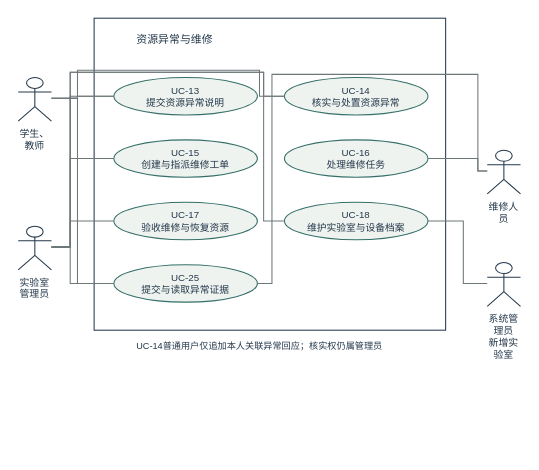
yvming67-gif/campus-lab-equipment-manager keeps this draw.io diagram as models/图形源文件/图4-4-维护用例分图.drawio. Above is the earlier version. Source tidied: cells renumbered, new cells numbered last; positions are measured from the earlier drawing's top-left corner, leaving out a move shared by most shapes. Both pictures are drawn from the tidied source at 104%, with x=0, y=0 at pixel (18, 18).
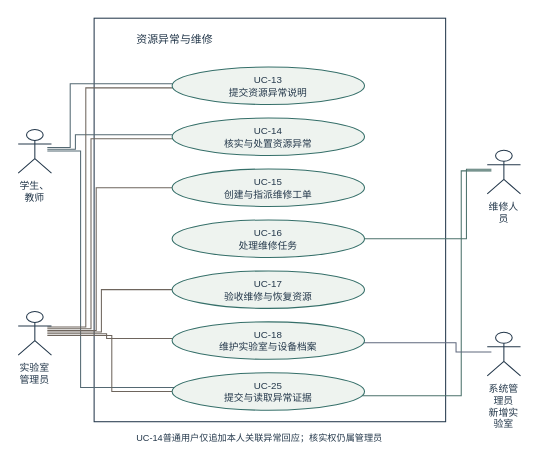
After the change.

Unchanged cells that the change refers to:
```xml
<mxCell id="22" value="维修人员" style="shape=umlActor;verticalLabelPosition=bottom;verticalAlign=top;strokeColor=#24384b;fillColor=none;whiteSpace=wrap;html=1;fontFamily=Microsoft YaHei;fontSize=9.5;fontColor=#24384b;" parent="1" vertex="1">
  <mxGeometry x="451" y="127" width="32" height="42" as="geometry" />
</mxCell>
```

Diff of the diagram source:
```diff
@@
     <mxCell id="2" style="rounded=0;strokeColor=#24384b;fillColor=none;whiteSpace=wrap;html=1;fontFamily=Microsoft YaHei;fontSize=10;fontColor=#24384b;" parent="1" vertex="1">
-      <mxGeometry x="73" width="338" height="300" as="geometry" />
+      <mxGeometry x="73" width="338" height="388" as="geometry" />
     </mxCell>
-    <mxCell id="3" value="资源异常与维修" style="text;strokeColor=none;fillColor=none;whiteSpace=wrap;html=1;fontFamily=Microsoft YaHei;fontSize=10.5;fontColor=#24384b;" parent="1" vertex="1">
-      <mxGeometry x="112" y="7" width="260" height="25" as="geometry" />
+    <mxCell id="3" style="edgeStyle=none;rounded=0;endArrow=none;dashed=0;strokeColor=#536872;exitX=0.875;exitY=0.4142857142857144;exitPerimeter=0;entryX=0.0030960050000467653;entryY=0.4444444444444444;entryPerimeter=0;" parent="1" edge="1" source="11" target="4">
+      <mxGeometry relative="1" as="geometry">
+        <Array as="points">
+          <mxPoint x="50" y="124.4" />
+          <mxPoint x="50" y="63" />
+        </Array>
+      </mxGeometry>
     </mxCell>
+    <mxCell id="28" style="edgeStyle=none;rounded=0;endArrow=none;dashed=0;strokeColor=#536872;exitX=0.875;exitY=0.4523809523809524;exitPerimeter=0;entryX=0.0030960050000467653;entryY=0.4444444444444444;entryPerimeter=0;" parent="1" edge="1" source="11" target="5">
+      <mxGeometry relative="1" as="geometry">
+        <Array as="points">
+          <mxPoint x="55" y="126" />
+          <mxPoint x="55" y="112" />
+        </Array>
+      </mxGeometry>
+    </mxCell>
+    <mxCell id="29" style="edgeStyle=none;rounded=0;endArrow=none;dashed=0;strokeColor=#536872;exitX=0.875;exitY=0.49047619047619034;exitPerimeter=0;entryX=0.01250197847821547;entryY=0.3888888888888889;entryPerimeter=0;" parent="1" edge="1" source="11" target="10">
+      <mxGeometry relative="1" as="geometry">
+        <Array as="points">
+          <mxPoint x="60" y="127.6" />
+          <mxPoint x="60" y="355" />
+        </Array>
+      </mxGeometry>
+    </mxCell>
+    <mxCell id="16" style="edgeStyle=none;rounded=0;endArrow=none;dashed=0;strokeColor=#6e655d;exitX=0.875;exitY=0.35714285714285715;exitPerimeter=0;entryX=0.0030960050000467653;entryY=0.5555555555555556;entryPerimeter=0;" parent="1" edge="1" source="15" target="4">
+      <mxGeometry relative="1" as="geometry">
+        <Array as="points">
+          <mxPoint x="65" y="297" />
+          <mxPoint x="65" y="67" />
+        </Array>
+      </mxGeometry>
+    </mxCell>
+    <mxCell id="17" style="edgeStyle=none;rounded=0;endArrow=none;dashed=0;strokeColor=#6e655d;exitX=0.875;exitY=0.3952380952380958;exitPerimeter=0;entryX=0.0030960050000467653;entryY=0.5555555555555556;entryPerimeter=0;" parent="1" edge="1" source="15" target="5">
+      <mxGeometry relative="1" as="geometry">
+        <Array as="points">
+          <mxPoint x="70" y="298.6" />
+          <mxPoint x="70" y="116" />
+        </Array>
+      </mxGeometry>
+    </mxCell>
+    <mxCell id="18" style="edgeStyle=none;rounded=0;endArrow=none;dashed=0;strokeColor=#6e655d;exitX=0.875;exitY=0.43333333333333307;exitPerimeter=0;entryX=0.0;entryY=0.5;entryPerimeter=0;" parent="1" edge="1" source="15" target="6">
+      <mxGeometry relative="1" as="geometry">
+        <Array as="points">
+          <mxPoint x="75" y="300.2" />
+          <mxPoint x="75" y="163" />
+        </Array>
+      </mxGeometry>
+    </mxCell>
+    <mxCell id="19" style="edgeStyle=none;rounded=0;endArrow=none;dashed=0;strokeColor=#6e655d;exitX=0.875;exitY=0.4714285714285717;exitPerimeter=0;entryX=0.0;entryY=0.5;entryPerimeter=0;" parent="1" edge="1" source="15" target="8">
+      <mxGeometry relative="1" as="geometry">
+        <Array as="points">
+          <mxPoint x="80" y="301.8" />
+          <mxPoint x="80" y="261" />
+        </Array>
+      </mxGeometry>
+    </mxCell>
+    <mxCell id="20" style="edgeStyle=none;rounded=0;endArrow=none;dashed=0;strokeColor=#6e655d;exitX=0.875;exitY=0.5095238095238089;exitPerimeter=0;entryX=0.0030960050000467653;entryY=0.4444444444444444;entryPerimeter=0;" parent="1" edge="1" source="15" target="9">
+      <mxGeometry relative="1" as="geometry">
+        <Array as="points">
+          <mxPoint x="85" y="303.4" />
+          <mxPoint x="85" y="308" />
+        </Array>
+      </mxGeometry>
+    </mxCell>
+    <mxCell id="21" style="edgeStyle=none;rounded=0;endArrow=none;dashed=0;strokeColor=#6e655d;exitX=0.875;exitY=0.5476190476190477;exitPerimeter=0;entryX=0.0;entryY=0.5;entryPerimeter=0;" parent="1" edge="1" source="15" target="10">
+      <mxGeometry relative="1" as="geometry">
+        <Array as="points">
+          <mxPoint x="90" y="305" />
+          <mxPoint x="90" y="359" />
+        </Array>
+      </mxGeometry>
+    </mxCell>
+    <mxCell id="12" style="edgeStyle=none;rounded=0;endArrow=none;dashed=0;strokeColor=#4b716b;exitX=0.125;exitY=0.43333333333333307;exitPerimeter=0;entryX=1.0;entryY=0.5;entryPerimeter=0;" parent="1" edge="1" source="22" target="7">
+      <mxGeometry relative="1" as="geometry">
+        <Array as="points">
+          <mxPoint x="431" y="145.2" />
+          <mxPoint x="431" y="212" />
+        </Array>
+      </mxGeometry>
+    </mxCell>
+    <mxCell id="13" style="edgeStyle=none;rounded=0;endArrow=none;dashed=0;strokeColor=#4b716b;exitX=0.125;exitY=0.4714285714285717;exitPerimeter=0;entryX=0.9874980215217843;entryY=0.6111111111111112;entryPerimeter=0;" parent="1" edge="1" source="22" target="10">
+      <mxGeometry relative="1" as="geometry">
+        <Array as="points">
+          <mxPoint x="426" y="146.8" />
+          <mxPoint x="426" y="363" />
+        </Array>
+      </mxGeometry>
+    </mxCell>
+    <mxCell id="14" style="edgeStyle=none;rounded=0;endArrow=none;dashed=0;strokeColor=#5f687d;exitX=0.125;exitY=0.4523809523809524;exitPerimeter=0;entryX=0.9969039949999532;entryY=0.5555555555555556;entryPerimeter=0;" parent="1" edge="1" source="25" target="9">
+      <mxGeometry relative="1" as="geometry">
+        <Array as="points">
+          <mxPoint x="421" y="321" />
+          <mxPoint x="421" y="312" />
+        </Array>
+      </mxGeometry>
+    </mxCell>
+    <mxCell id="30" value="资源异常与维修" style="text;strokeColor=none;fillColor=none;whiteSpace=wrap;html=1;fontFamily=Microsoft YaHei;fontSize=10.5;fontColor=#24384b;" parent="1" vertex="1">
+      <mxGeometry x="112" y="7" width="260" height="25" as="geometry" />
+    </mxCell>
     <mxCell id="4" value="UC-13&lt;br&gt;提交资源异常说明" style="ellipse;strokeColor=#356f69;fillColor=#eef3ef;whiteSpace=wrap;html=1;fontFamily=Microsoft YaHei;fontSize=9.4;fontColor=#24384b;" parent="1" vertex="1">
-      <mxGeometry x="92" y="57" width="138" height="36" as="geometry" />
+      <mxGeometry x="148" y="47" width="185" height="36" as="geometry" />
     </mxCell>
     <mxCell id="5" value="UC-14&lt;br&gt;核实与处置资源异常" style="ellipse;strokeColor=#356f69;fillColor=#eef3ef;whiteSpace=wrap;html=1;fontFamily=Microsoft YaHei;fontSize=9.4;fontColor=#24384b;" parent="1" vertex="1">
-      <mxGeometry x="256" y="57" width="138" height="36" as="geometry" />
+      <mxGeometry x="148" y="96" width="185" height="36" as="geometry" />
     </mxCell>
     <mxCell id="6" value="UC-15&lt;br&gt;创建与指派维修工单" style="ellipse;strokeColor=#356f69;fillColor=#eef3ef;whiteSpace=wrap;html=1;fontFamily=Microsoft YaHei;fontSize=9.4;fontColor=#24384b;" parent="1" vertex="1">
-      <mxGeometry x="92" y="117" width="138" height="36" as="geometry" />
+      <mxGeometry x="148" y="145" width="185" height="36" as="geometry" />
     </mxCell>
     <mxCell id="7" value="UC-16&lt;br&gt;处理维修任务" style="ellipse;strokeColor=#356f69;fillColor=#eef3ef;whiteSpace=wrap;html=1;fontFamily=Microsoft YaHei;fontSize=9.4;fontColor=#24384b;" parent="1" vertex="1">
-      <mxGeometry x="256" y="117" width="138" height="36" as="geometry" />
+      <mxGeometry x="148" y="194" width="185" height="36" as="geometry" />
     </mxCell>
     <mxCell id="8" value="UC-17&lt;br&gt;验收维修与恢复资源" style="ellipse;strokeColor=#356f69;fillColor=#eef3ef;whiteSpace=wrap;html=1;fontFamily=Microsoft YaHei;fontSize=9.4;fontColor=#24384b;" parent="1" vertex="1">
-      <mxGeometry x="92" y="177" width="138" height="36" as="geometry" />
+      <mxGeometry x="148" y="243" width="185" height="36" as="geometry" />
     </mxCell>
     <mxCell id="9" value="UC-18&lt;br&gt;维护实验室与设备档案" style="ellipse;strokeColor=#356f69;fillColor=#eef3ef;whiteSpace=wrap;html=1;fontFamily=Microsoft YaHei;fontSize=9.4;fontColor=#24384b;" parent="1" vertex="1">
-      <mxGeometry x="256" y="177" width="138" height="36" as="geometry" />
+      <mxGeometry x="148" y="292" width="185" height="36" as="geometry" />
     </mxCell>
     <mxCell id="10" value="UC-25&lt;br&gt;提交与读取异常证据" style="ellipse;strokeColor=#356f69;fillColor=#eef3ef;whiteSpace=wrap;html=1;fontFamily=Microsoft YaHei;fontSize=9.4;fontColor=#24384b;" parent="1" vertex="1">
-      <mxGeometry x="92" y="237" width="138" height="36" as="geometry" />
+      <mxGeometry x="148" y="341" width="185" height="36" as="geometry" />
     </mxCell>
     <mxCell id="11" value="学生、教师" style="shape=umlActor;verticalLabelPosition=bottom;verticalAlign=top;strokeColor=#24384b;fillColor=none;whiteSpace=wrap;html=1;fontFamily=Microsoft YaHei;fontSize=9.5;fontColor=#24384b;" parent="1" vertex="1">
-      <mxGeometry y="57" width="32" height="42" as="geometry" />
+      <mxGeometry y="107" width="32" height="42" as="geometry" />
     </mxCell>
-    <mxCell id="12" style="edgeStyle=none;rounded=0;endArrow=none;dashed=0;strokeColor=#6d7778;exitX=1.0;exitY=0.47619047619047616;exitPerimeter=0;entryX=0.0;entryY=0.5;entryPerimeter=0;" parent="1" edge="1" source="11" target="4">
-      <mxGeometry relative="1" as="geometry">
-        <Array as="points">
-          <mxPoint x="57" y="77" />
-          <mxPoint x="57" y="75" />
-        </Array>
-      </mxGeometry>
-    </mxCell>
-    <mxCell id="13" style="edgeStyle=none;rounded=0;endArrow=none;dashed=0;strokeColor=#6d7778;exitX=1.0;exitY=0.47619047619047616;exitPerimeter=0;entryX=0.0;entryY=0.5;entryPerimeter=0;" parent="1" edge="1" source="11" target="5">
-      <mxGeometry relative="1" as="geometry">
-        <Array as="points">
-          <mxPoint x="57" y="77" />
-          <mxPoint x="57" y="50" />
-          <mxPoint x="232" y="50" />
-          <mxPoint x="232" y="75" />
-        </Array>
-      </mxGeometry>
-    </mxCell>
-    <mxCell id="14" style="edgeStyle=none;rounded=0;endArrow=none;dashed=0;strokeColor=#6d7778;exitX=1.0;exitY=0.47619047619047616;exitPerimeter=0;entryX=0.0;entryY=0.5;entryPerimeter=0;" parent="1" edge="1" source="11" target="10">
-      <mxGeometry relative="1" as="geometry">
-        <Array as="points">
-          <mxPoint x="57" y="77" />
-          <mxPoint x="57" y="255" />
-        </Array>
-      </mxGeometry>
-    </mxCell>
     <mxCell id="15" value="实验室&lt;br&gt;管理员" style="shape=umlActor;verticalLabelPosition=bottom;verticalAlign=top;strokeColor=#24384b;fillColor=none;whiteSpace=wrap;html=1;fontFamily=Microsoft YaHei;fontSize=9.5;fontColor=#24384b;" parent="1" vertex="1">
-      <mxGeometry y="200" width="32" height="42" as="geometry" />
+      <mxGeometry y="282" width="32" height="42" as="geometry" />
     </mxCell>
-    <mxCell id="16" style="edgeStyle=none;rounded=0;endArrow=none;dashed=0;strokeColor=#6d7778;exitX=1.0;exitY=0.47619047619047616;exitPerimeter=0;entryX=0.0;entryY=0.5;entryPerimeter=0;" parent="1" edge="1" source="15" target="4">
-      <mxGeometry relative="1" as="geometry">
-        <Array as="points">
-          <mxPoint x="50" y="220" />
-          <mxPoint x="50" y="75" />
-        </Array>
-      </mxGeometry>
-    </mxCell>
-    <mxCell id="17" style="edgeStyle=none;rounded=0;endArrow=none;dashed=0;strokeColor=#6d7778;exitX=1.0;exitY=0.47619047619047616;exitPerimeter=0;entryX=0.0;entryY=0.5;entryPerimeter=0;" parent="1" edge="1" source="15" target="5">
-      <mxGeometry relative="1" as="geometry">
-        <Array as="points">
-          <mxPoint x="50" y="220" />
-          <mxPoint x="50" y="52" />
-          <mxPoint x="236" y="52" />
-          <mxPoint x="236" y="75" />
-        </Array>
-      </mxGeometry>
-    </mxCell>
-    <mxCell id="18" style="edgeStyle=none;rounded=0;endArrow=none;dashed=0;strokeColor=#6d7778;exitX=1.0;exitY=0.47619047619047616;exitPerimeter=0;entryX=0.0;entryY=0.5;entryPerimeter=0;" parent="1" edge="1" source="15" target="6">
-      <mxGeometry relative="1" as="geometry">
-        <Array as="points">
-          <mxPoint x="50" y="220" />
-          <mxPoint x="50" y="135" />
-        </Array>
-      </mxGeometry>
-    </mxCell>
-    <mxCell id="19" style="edgeStyle=none;rounded=0;endArrow=none;dashed=0;strokeColor=#6d7778;exitX=1.0;exitY=0.47619047619047616;exitPerimeter=0;entryX=0.0;entryY=0.5;entryPerimeter=0;" parent="1" edge="1" source="15" target="8">
-      <mxGeometry relative="1" as="geometry">
-        <Array as="points">
-          <mxPoint x="50" y="220" />
-          <mxPoint x="50" y="195" />
-        </Array>
-      </mxGeometry>
-    </mxCell>
-    <mxCell id="20" style="edgeStyle=none;rounded=0;endArrow=none;dashed=0;strokeColor=#6d7778;exitX=1.0;exitY=0.47619047619047616;exitPerimeter=0;entryX=0.0;entryY=0.5;entryPerimeter=0;" parent="1" edge="1" source="15" target="9">
-      <mxGeometry relative="1" as="geometry">
-        <Array as="points">
-          <mxPoint x="50" y="220" />
-          <mxPoint x="50" y="52" />
-          <mxPoint x="236" y="52" />
-          <mxPoint x="236" y="195" />
-        </Array>
-      </mxGeometry>
-    </mxCell>
-    <mxCell id="21" style="edgeStyle=none;rounded=0;endArrow=none;dashed=0;strokeColor=#6d7778;exitX=1.0;exitY=0.47619047619047616;exitPerimeter=0;entryX=0.0;entryY=0.5;entryPerimeter=0;" parent="1" edge="1" source="15" target="10">
-      <mxGeometry relative="1" as="geometry">
-        <Array as="points">
-          <mxPoint x="50" y="220" />
-          <mxPoint x="50" y="255" />
-        </Array>
-      </mxGeometry>
-    </mxCell>
@@
-    <mxCell id="23" style="edgeStyle=none;rounded=0;endArrow=none;dashed=0;strokeColor=#6d7778;exitX=0.0;exitY=0.47619047619047616;exitPerimeter=0;entryX=1.0;entryY=0.5;entryPerimeter=0;" parent="1" edge="1" source="22" target="7">
-      <mxGeometry relative="1" as="geometry">
-        <Array as="points">
-          <mxPoint x="442" y="147" />
-          <mxPoint x="442" y="135" />
-        </Array>
-      </mxGeometry>
-    </mxCell>
-    <mxCell id="24" style="edgeStyle=none;rounded=0;endArrow=none;dashed=0;strokeColor=#6d7778;exitX=0.0;exitY=0.47619047619047616;exitPerimeter=0;entryX=1.0;entryY=0.5;entryPerimeter=0;" parent="1" edge="1" source="22" target="10">
-      <mxGeometry relative="1" as="geometry">
-        <Array as="points">
-          <mxPoint x="442" y="147" />
-          <mxPoint x="442" y="54" />
-          <mxPoint x="244" y="54" />
-          <mxPoint x="244" y="255" />
-        </Array>
-      </mxGeometry>
-    </mxCell>
     <mxCell id="25" value="系统管理员&lt;br&gt;新增实验室" style="shape=umlActor;verticalLabelPosition=bottom;verticalAlign=top;strokeColor=#24384b;fillColor=none;whiteSpace=wrap;html=1;fontFamily=Microsoft YaHei;fontSize=9.5;fontColor=#24384b;" parent="1" vertex="1">
-      <mxGeometry x="451" y="235" width="32" height="42" as="geometry" />
+      <mxGeometry x="451" y="302" width="32" height="42" as="geometry" />
     </mxCell>
-    <mxCell id="26" style="edgeStyle=none;rounded=0;endArrow=none;dashed=0;strokeColor=#6d7778;exitX=0.0;exitY=0.47619047619047616;exitPerimeter=0;entryX=1.0;entryY=0.5;entryPerimeter=0;" parent="1" edge="1" source="25" target="9">
-      <mxGeometry relative="1" as="geometry">
-        <Array as="points">
-          <mxPoint x="428" y="255" />
-          <mxPoint x="428" y="195" />
-        </Array>
-      </mxGeometry>
-    </mxCell>
     <mxCell id="27" value="UC-14普通用户仅追加本人关联异常回应；核实权仍属管理员" style="text;strokeColor=none;fillColor=none;whiteSpace=wrap;html=1;fontFamily=Microsoft YaHei;fontSize=8.8;fontColor=#24384b;" parent="1" vertex="1">
-      <mxGeometry x="112" y="304" width="260" height="25" as="geometry" />
+      <mxGeometry x="112" y="392" width="260" height="25" as="geometry" />
     </mxCell>
```
